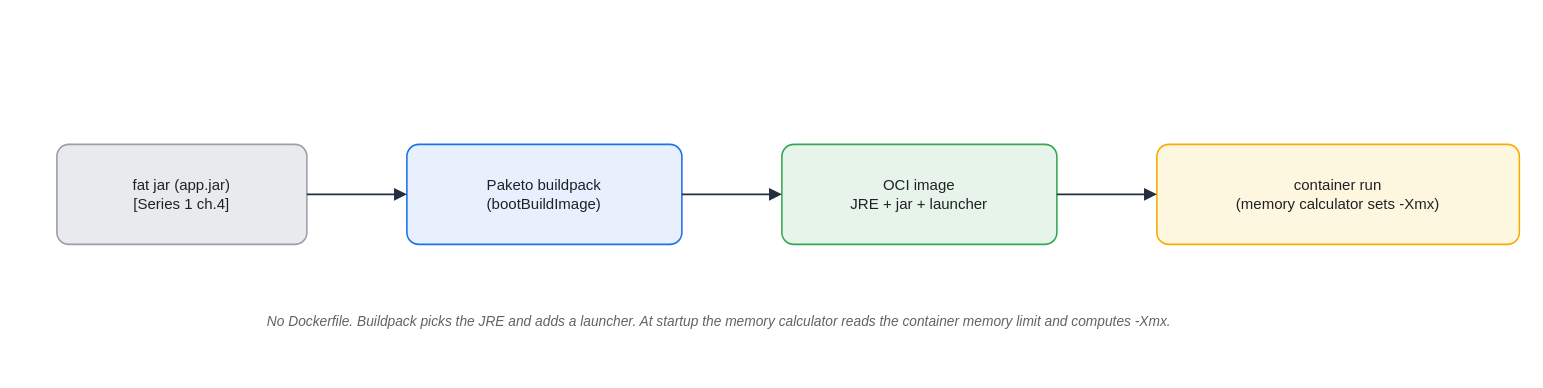
Earlier version of the draw.io diagram assets/img/jvm/jvm-05-fatjar-to-container.drawio (KKamJi98/kkamji98.github.io). Source tidied: cells renumbered, new cells numbered last; positions are measured from the earlier drawing's top-left corner, leaving out a move shared by most shapes. Both pictures are drawn from the tidied source at 125%, with x=0, y=0 at pixel (56, 144).
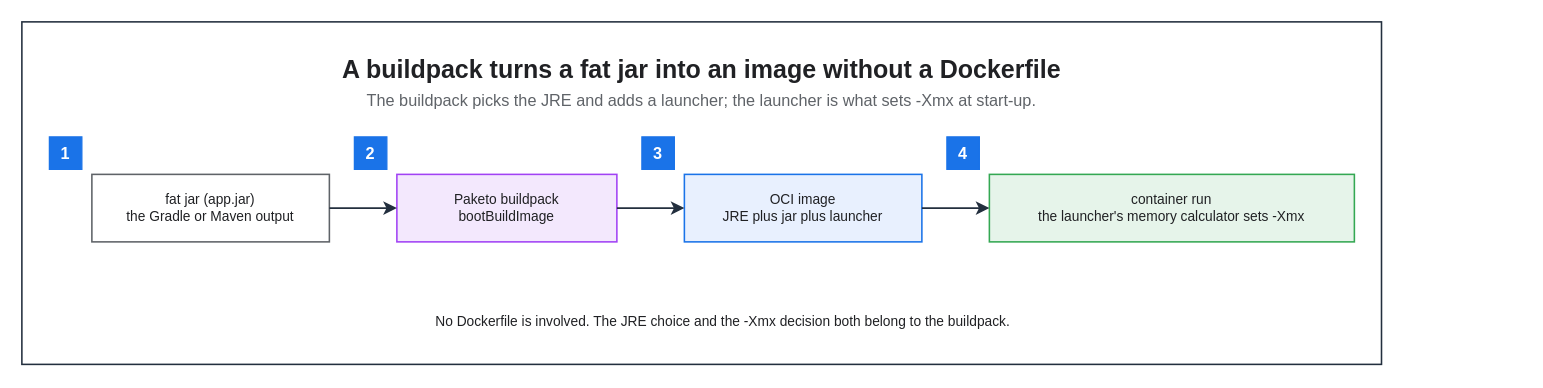
The same diagram, later.

Change to the diagram source:
```diff
@@
 <mxGraphModel background="#FFFFFF">
   <root>
     <mxCell id="0" />
     <mxCell id="1" parent="0" />
+    <mxCell id="10" style="rounded=0;html=0;fillColor=none;strokeColor=#232F3E;fontColor=#202124;strokeWidth=1.25;" parent="1" vertex="1">
+      <mxGeometry x="-28" y="-98" width="1087.7" height="274" as="geometry" />
+    </mxCell>
+    <mxCell id="11" value="A buildpack turns a fat jar into an image without a Dockerfile" style="text;html=0;whiteSpace=wrap;fillColor=none;strokeColor=none;fontColor=#202124;fontSize=20;fontStyle=1;align=center;verticalAlign=middle;" parent="1" vertex="1">
+      <mxGeometry x="-6" y="-76" width="1043.7" height="30" as="geometry" />
+    </mxCell>
+    <mxCell id="12" value="The buildpack picks the JRE and adds a launcher; the launcher is what sets -Xmx at start-up." style="text;html=0;whiteSpace=wrap;fillColor=none;strokeColor=none;fontColor=#5F6368;fontSize=13;fontStyle=0;align=center;verticalAlign=middle;" parent="1" vertex="1">
+      <mxGeometry x="-6" y="-46" width="1043.7" height="22" as="geometry" />
+    </mxCell>
-    <mxCell id="2" value="fat jar (app.jar)&#10;[Series 1 ch.4]" style="rounded=1;whiteSpace=wrap;html=0;arcSize=12;shadow=0;fillColor=#E8EAED;strokeColor=#9AA0A6;fontColor=#202124;strokeWidth=1.25;" parent="1" vertex="1">
-      <mxGeometry width="200" height="80" as="geometry" />
+    <mxCell id="2" value="fat jar (app.jar)&#10;the Gradle or Maven output" style="rounded=0;whiteSpace=wrap;html=0;fillColor=#FFFFFF;strokeColor=#5F6368;fontColor=#202124;fontSize=11;fontStyle=0;align=center;verticalAlign=middle;spacingLeft=6;spacingRight=6;strokeWidth=1.25;" parent="1" vertex="1">
+      <mxGeometry x="28" y="24" width="190" height="54" as="geometry" />
     </mxCell>
-    <mxCell id="3" value="Paketo buildpack&#10;(bootBuildImage)" style="rounded=1;whiteSpace=wrap;html=0;arcSize=12;shadow=0;fillColor=#E8F0FE;strokeColor=#1A73E8;fontColor=#202124;strokeWidth=1.25;" parent="1" vertex="1">
-      <mxGeometry x="280" width="220" height="80" as="geometry" />
+    <mxCell id="3" value="Paketo buildpack&#10;bootBuildImage" style="rounded=0;whiteSpace=wrap;html=0;fillColor=#F3E8FD;strokeColor=#A142F4;fontColor=#202124;fontSize=11;fontStyle=0;align=center;verticalAlign=middle;spacingLeft=6;spacingRight=6;strokeWidth=1.25;" parent="1" vertex="1">
+      <mxGeometry x="272" y="24" width="176" height="54" as="geometry" />
     </mxCell>
-    <mxCell id="4" value="OCI image&#10;JRE + jar + launcher" style="rounded=1;whiteSpace=wrap;html=0;arcSize=12;shadow=0;fillColor=#E6F4EA;strokeColor=#34A853;fontColor=#202124;strokeWidth=1.25;" parent="1" vertex="1">
-      <mxGeometry x="580" width="220" height="80" as="geometry" />
+    <mxCell id="4" value="OCI image&#10;JRE plus jar plus launcher" style="rounded=0;whiteSpace=wrap;html=0;fillColor=#E8F0FE;strokeColor=#1A73E8;fontColor=#202124;fontSize=11;fontStyle=0;align=center;verticalAlign=middle;spacingLeft=6;spacingRight=6;strokeWidth=1.25;" parent="1" vertex="1">
+      <mxGeometry x="502" y="24" width="190" height="54" as="geometry" />
     </mxCell>
-    <mxCell id="5" value="container run&#10;(memory calculator sets -Xmx)" style="rounded=1;whiteSpace=wrap;html=0;arcSize=12;shadow=0;fillColor=#FEF7E0;strokeColor=#F9AB00;fontColor=#202124;strokeWidth=1.25;" parent="1" vertex="1">
-      <mxGeometry x="880" width="290" height="80" as="geometry" />
+    <mxCell id="5" value="container run&#10;the launcher's memory calculator sets -Xmx" style="rounded=0;whiteSpace=wrap;html=0;fillColor=#E6F4EA;strokeColor=#34A853;fontColor=#202124;fontSize=11;fontStyle=0;align=center;verticalAlign=middle;spacingLeft=6;spacingRight=6;strokeWidth=1.25;" parent="1" vertex="1">
+      <mxGeometry x="746" y="24" width="292" height="54" as="geometry" />
     </mxCell>
-    <mxCell id="6" value="No Dockerfile. Buildpack picks the JRE and adds a launcher. At startup the memory calculator reads the container memory limit and computes -Xmx." style="text;html=0;align=center;verticalAlign=middle;whiteSpace=wrap;fontSize=11;fontColor=#5F6368;fontStyle=2;" parent="1" vertex="1">
-      <mxGeometry x="80" y="122" width="900" height="40" as="geometry" />
+    <mxCell id="6" value="No Dockerfile is involved. The JRE choice and the -Xmx decision both belong to the buildpack." style="text;html=0;whiteSpace=wrap;fillColor=none;strokeColor=none;fontColor=#202124;fontSize=11;fontStyle=0;align=center;verticalAlign=middle;" parent="1" vertex="1">
+      <mxGeometry x="28" y="130" width="1010" height="24" as="geometry" />
     </mxCell>
+    <mxCell id="13" value="1" style="rounded=0;whiteSpace=wrap;html=0;fillColor=#1A73E8;strokeColor=#1A73E8;fontColor=#FFFFFF;fontSize=13;fontStyle=1;align=center;verticalAlign=middle;" parent="1" vertex="1">
+      <mxGeometry x="-6" y="-6" width="26" height="26" as="geometry" />
+    </mxCell>
+    <mxCell id="14" value="2" style="rounded=0;whiteSpace=wrap;html=0;fillColor=#1A73E8;strokeColor=#1A73E8;fontColor=#FFFFFF;fontSize=13;fontStyle=1;align=center;verticalAlign=middle;" parent="1" vertex="1">
+      <mxGeometry x="238" y="-6" width="26" height="26" as="geometry" />
+    </mxCell>
+    <mxCell id="15" value="3" style="rounded=0;whiteSpace=wrap;html=0;fillColor=#1A73E8;strokeColor=#1A73E8;fontColor=#FFFFFF;fontSize=13;fontStyle=1;align=center;verticalAlign=middle;" parent="1" vertex="1">
+      <mxGeometry x="468" y="-6" width="26" height="26" as="geometry" />
+    </mxCell>
+    <mxCell id="16" value="4" style="rounded=0;whiteSpace=wrap;html=0;fillColor=#1A73E8;strokeColor=#1A73E8;fontColor=#FFFFFF;fontSize=13;fontStyle=1;align=center;verticalAlign=middle;" parent="1" vertex="1">
+      <mxGeometry x="712" y="-6" width="26" height="26" as="geometry" />
+    </mxCell>
-    <mxCell id="7" style="edgeStyle=orthogonalEdgeStyle;rounded=1;html=0;fontColor=#202124;strokeColor=#232F3E;labelBackgroundColor=none;endArrow=block;exitX=1;exitY=0.5;exitDx=0;exitDy=0;entryX=0;entryY=0.5;entryDx=0;entryDy=0;strokeWidth=1.25;endSize=7;" parent="1" edge="1" source="2" target="3">
+    <mxCell id="7" style="edgeStyle=orthogonalEdgeStyle;rounded=0;html=0;strokeColor=#232F3E;strokeWidth=1.25;endArrow=classic;endFill=1;endSize=7;fontSize=11;fontColor=#202124;labelBackgroundColor=none;jettySize=14;exitX=1;exitY=0.5;entryX=0;entryY=0.5;exitDx=0;exitDy=0;entryDx=0;entryDy=0;" parent="1" edge="1" source="2" target="3">
       <mxGeometry relative="1" as="geometry" />
     </mxCell>
-    <mxCell id="8" style="edgeStyle=orthogonalEdgeStyle;rounded=1;html=0;fontColor=#202124;strokeColor=#232F3E;labelBackgroundColor=none;endArrow=block;exitX=1;exitY=0.5;exitDx=0;exitDy=0;entryX=0;entryY=0.5;entryDx=0;entryDy=0;strokeWidth=1.25;endSize=7;" parent="1" edge="1" source="3" target="4">
+    <mxCell id="8" style="edgeStyle=orthogonalEdgeStyle;rounded=0;html=0;strokeColor=#232F3E;strokeWidth=1.25;endArrow=classic;endFill=1;endSize=7;fontSize=11;fontColor=#202124;labelBackgroundColor=none;jettySize=14;exitX=1;exitY=0.5;entryX=0;entryY=0.5;exitDx=0;exitDy=0;entryDx=0;entryDy=0;" parent="1" edge="1" source="3" target="4">
       <mxGeometry relative="1" as="geometry" />
     </mxCell>
-    <mxCell id="9" style="edgeStyle=orthogonalEdgeStyle;rounded=1;html=0;fontColor=#202124;strokeColor=#232F3E;labelBackgroundColor=none;endArrow=block;exitX=1;exitY=0.5;exitDx=0;exitDy=0;entryX=0;entryY=0.5;entryDx=0;entryDy=0;strokeWidth=1.25;endSize=7;" parent="1" edge="1" source="4" target="5">
+    <mxCell id="9" style="edgeStyle=orthogonalEdgeStyle;rounded=0;html=0;strokeColor=#232F3E;strokeWidth=1.25;endArrow=classic;endFill=1;endSize=7;fontSize=11;fontColor=#202124;labelBackgroundColor=none;jettySize=14;exitX=1;exitY=0.5;entryX=0;entryY=0.5;exitDx=0;exitDy=0;entryDx=0;entryDy=0;" parent="1" edge="1" source="4" target="5">
       <mxGeometry relative="1" as="geometry" />
     </mxCell>
   </root>
 </mxGraphModel>
```
